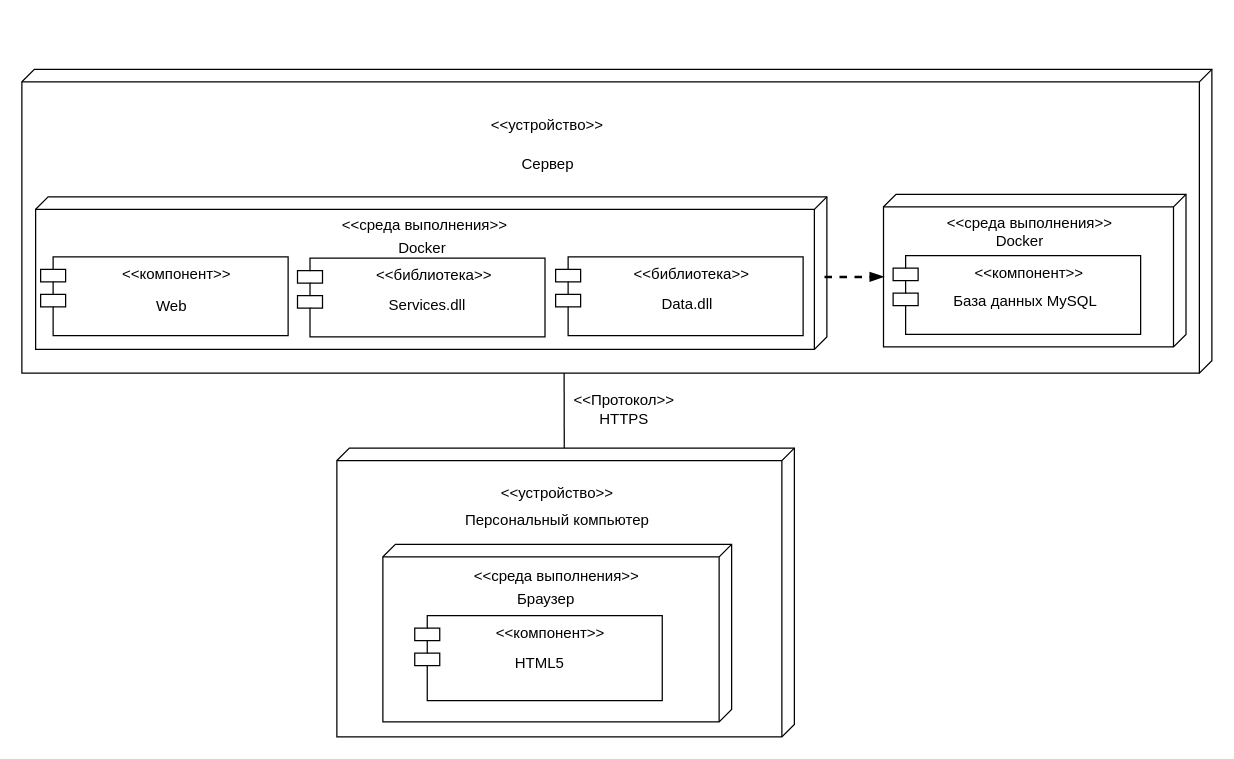
This is дИАГРАММАрАЗВЕРТЫВАНИЯ.drawio from DenobBlack/Course, a draw.io file, before an edit. Source tidied: cells renumbered, new cells numbered last; positions are measured from the earlier drawing's top-left corner, leaving out a move shared by most shapes. Both pictures are drawn from the tidied source at 125%, with x=0, y=0 at pixel (21, 69).
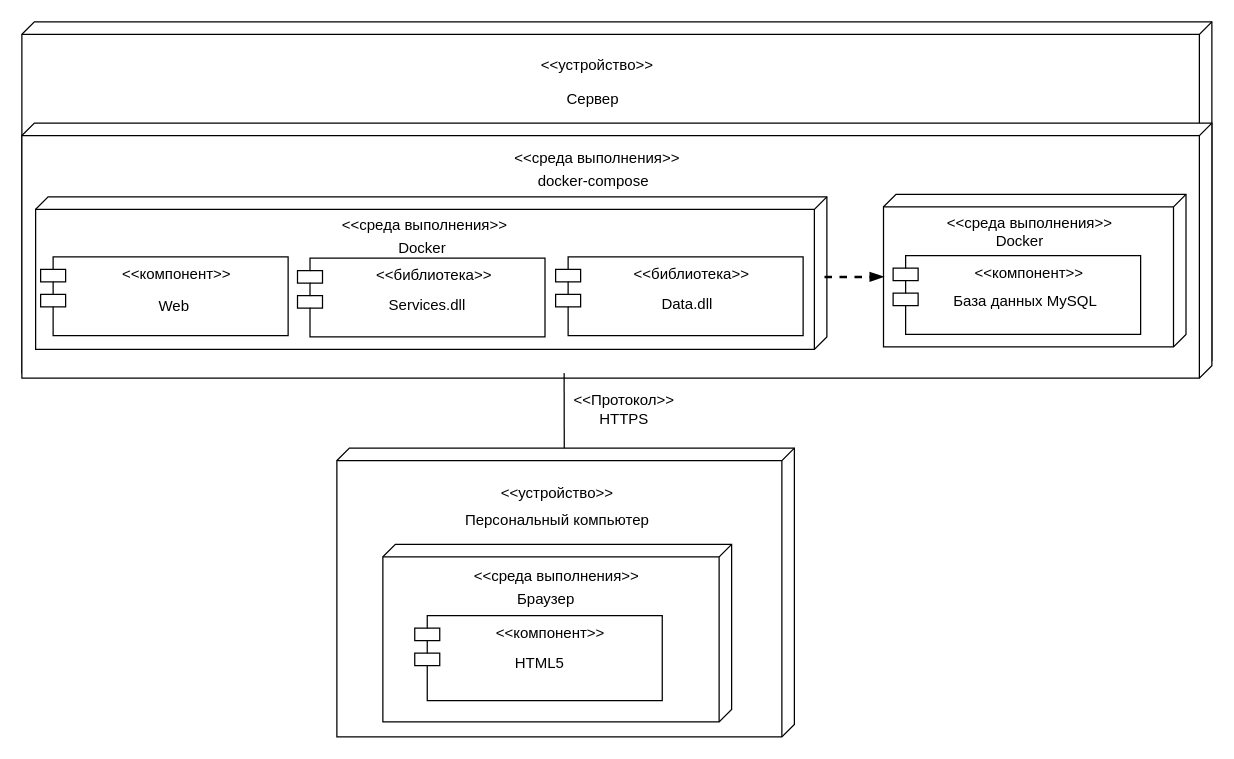
Above is the later version.

Unchanged cells that the change refers to:
```xml
<mxCell id="3" style="verticalAlign=top;align=left;spacingTop=8;spacingLeft=2;spacingRight=12;shape=cube;size=10;direction=south;fontStyle=4;html=1;whiteSpace=wrap;" parent="1" vertex="1">
  <mxGeometry x="11" y="102" width="633" height="122" as="geometry" />
</mxCell>
<mxCell id="5" style="verticalAlign=top;align=left;spacingTop=8;spacingLeft=2;spacingRight=12;shape=cube;size=10;direction=south;fontStyle=4;html=1;whiteSpace=wrap;" parent="4" vertex="1">
  <mxGeometry x="4.3" width="242" height="122" as="geometry" />
</mxCell>
```

What changed in the source:
```diff
@@
     <mxCell id="2" style="verticalAlign=top;align=left;spacingTop=8;spacingLeft=2;spacingRight=12;shape=cube;size=10;direction=south;fontStyle=4;html=1;whiteSpace=wrap;" parent="1" vertex="1">
-      <mxGeometry width="952" height="243" as="geometry" />
+      <mxGeometry y="-38" width="952" height="281" as="geometry" />
     </mxCell>
+    <mxCell id="33" style="verticalAlign=top;align=left;spacingTop=8;spacingLeft=2;spacingRight=12;shape=cube;size=10;direction=south;fontStyle=4;html=1;whiteSpace=wrap;" parent="1" vertex="1">
+      <mxGeometry y="43" width="952" height="204" as="geometry" />
+    </mxCell>
@@
     <mxCell id="17" value="&amp;lt;&amp;lt;устройство&amp;gt;&amp;gt;" style="text;html=1;whiteSpace=wrap;strokeColor=none;fillColor=none;align=center;verticalAlign=middle;rounded=0;" parent="1" vertex="1">
-      <mxGeometry x="371" y="30" width="99" height="29" as="geometry" />
+      <mxGeometry x="411" y="-18" width="99" height="29" as="geometry" />
     </mxCell>
     <mxCell id="18" value="Сервер" style="text;html=1;whiteSpace=wrap;strokeColor=none;fillColor=none;align=center;verticalAlign=middle;rounded=0;" parent="1" vertex="1">
-      <mxGeometry x="390.5" y="61" width="60" height="30" as="geometry" />
+      <mxGeometry x="427" y="9" width="60" height="30" as="geometry" />
     </mxCell>
@@
+    <mxCell id="32" style="endArrow=blockThin;dashed=1;html=1;strokeWidth=2;rounded=0;endFill=1;entryX=0;entryY=0;entryDx=66;entryDy=242.00000000000003;entryPerimeter=0;exitX=0.525;exitY=0.003;exitDx=0;exitDy=0;exitPerimeter=0;" parent="1" edge="1" source="3" target="5">
+      <mxGeometry relative="1" as="geometry" />
+    </mxCell>
+    <mxCell id="34" value="&amp;lt;&amp;lt;среда выполнения&amp;gt;&amp;gt;" style="text;html=1;whiteSpace=wrap;strokeColor=none;fillColor=none;align=center;verticalAlign=middle;rounded=0;" parent="1" vertex="1">
+      <mxGeometry x="384" y="56" width="153" height="30" as="geometry" />
+    </mxCell>
+    <mxCell id="35" value="docker-compose" style="text;html=1;whiteSpace=wrap;strokeColor=none;fillColor=none;align=center;verticalAlign=middle;rounded=0;" parent="1" vertex="1">
+      <mxGeometry x="401.5" y="75" width="111" height="30" as="geometry" />
+    </mxCell>
     <mxCell id="31" value="Web" style="text;html=1;whiteSpace=wrap;strokeColor=none;fillColor=none;align=center;verticalAlign=middle;rounded=0;" parent="1" vertex="1">
-      <mxGeometry x="90" y="174.5" width="60" height="30" as="geometry" />
+      <mxGeometry x="92" y="174.5" width="60" height="30" as="geometry" />
     </mxCell>
-    <mxCell id="32" style="endArrow=blockThin;dashed=1;html=1;strokeWidth=2;rounded=0;endFill=1;entryX=0;entryY=0;entryDx=66;entryDy=242.00000000000003;entryPerimeter=0;exitX=0.525;exitY=0.003;exitDx=0;exitDy=0;exitPerimeter=0;" parent="1" edge="1" source="3" target="5">
-      <mxGeometry relative="1" as="geometry" />
-    </mxCell>
```
